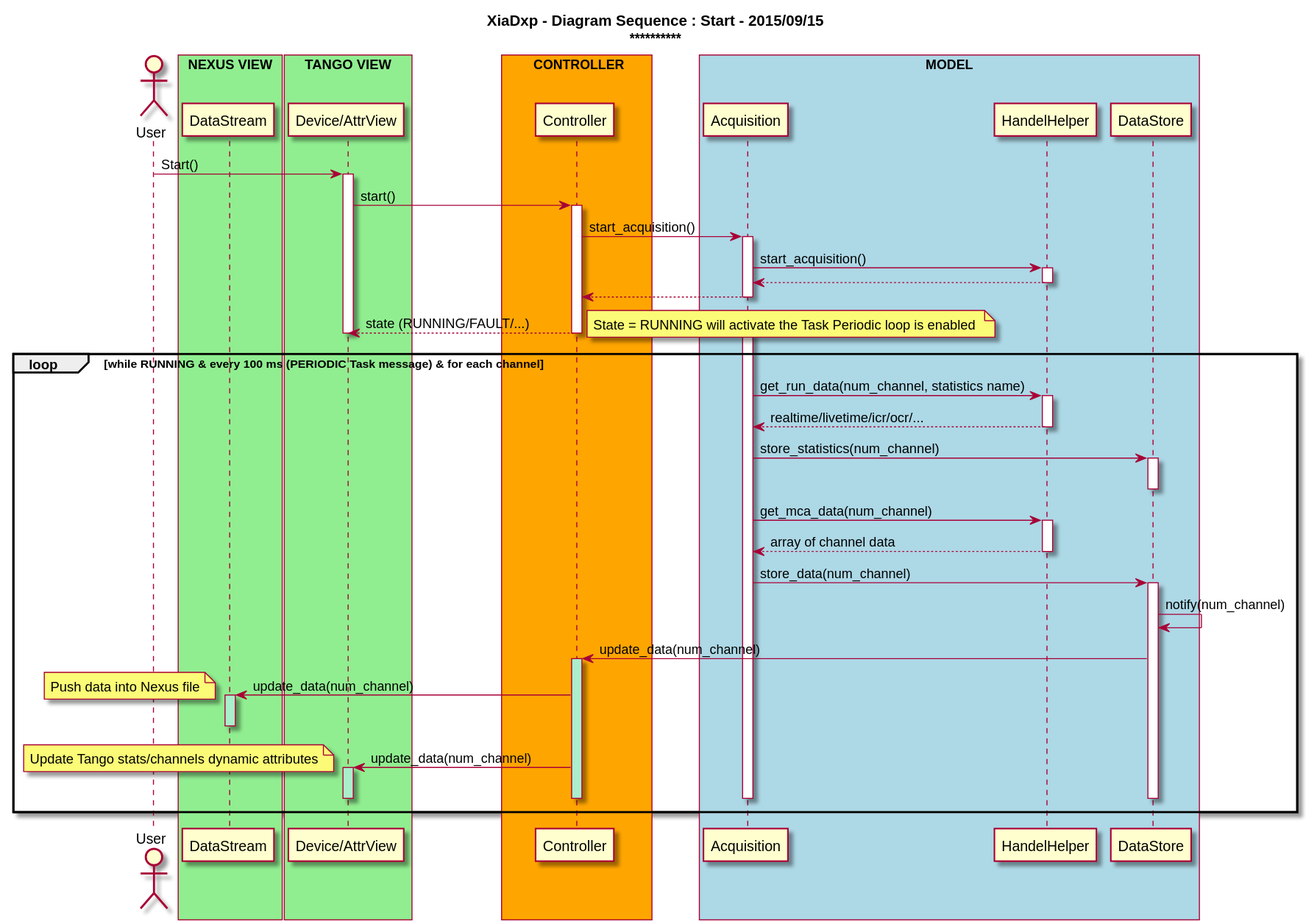
Above: uml/diagram_sequence_start_acquisition_MCA_1.svg in anoureddine/XiaDxp (PlantUML), before the change. Its source is kept beside it as uml/diagram_sequence_start_acquisition_MCA_1.puml.
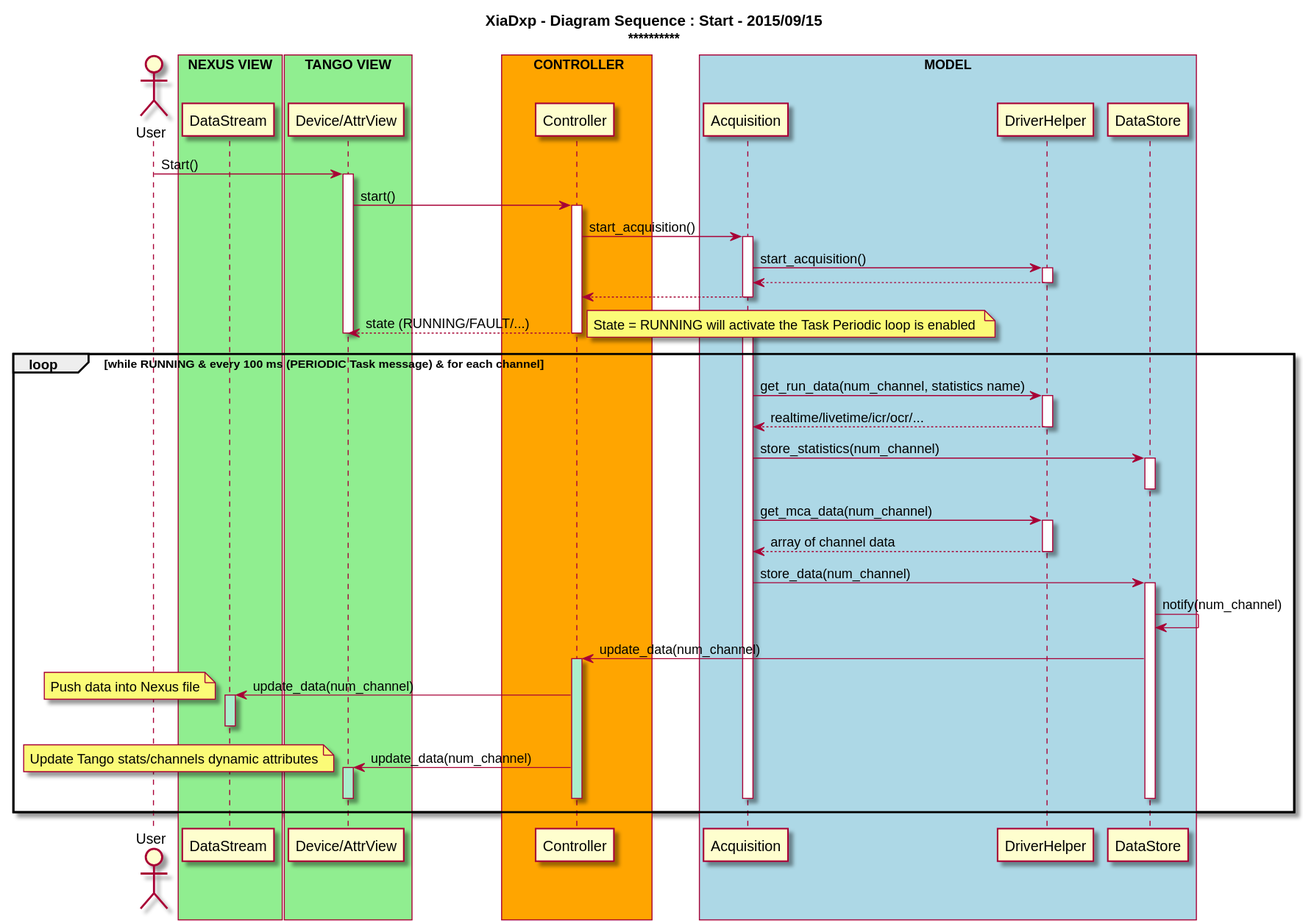
After the change.

What changed in the source:
```diff
@@ -20,11 +20,11 @@
 end box
 
 participant "Acquisition" as Acq
-participant "HandelHelper" as Handel
+participant "DriverHelper" as Driver
 participant "DataStore" as Store
 box "MODEL" #LightBlue
 	participant Acq
-	participant Handel
+	participant Driver
     participant Store
 end box
 
@@ -38,11 +38,11 @@
 Ctrl -> Acq : start_acquisition()
 activate Acq
 
-Acq -> Handel : start_acquisition()
-activate Handel
+Acq -> Driver : start_acquisition()
+activate Driver
 
-Handel --> Acq
-deactivate Handel
+Driver --> Acq
+deactivate Driver
 
 Acq --> Ctrl
 deactivate Acq
@@ -58,21 +58,21 @@
 activate Acq
 
 loop while  RUNNING & every 100 ms (PERIODIC Task message) & for each channel
-            Acq -> Handel : get_run_data(num_channel, statistics name)
-            activate Handel
+            Acq -> Driver : get_run_data(num_channel, statistics name)
+            activate Driver
 
-            Handel --> Acq :  realtime/livetime/icr/ocr/...
-            deactivate Handel
+            Driver --> Acq :  realtime/livetime/icr/ocr/...
+            deactivate Driver
 
             Acq -> Store: store_statistics(num_channel)
             activate Store
             deactivate Store
 
-            Acq -> Handel : get_mca_data(num_channel)
-            activate Handel
+            Acq -> Driver : get_mca_data(num_channel)
+            activate Driver
 
-            Handel --> Acq : array of channel data
-            deactivate Handel
+            Driver --> Acq : array of channel data
+            deactivate Driver
 
 
             Acq -> Store: store_data(num_channel)
```
